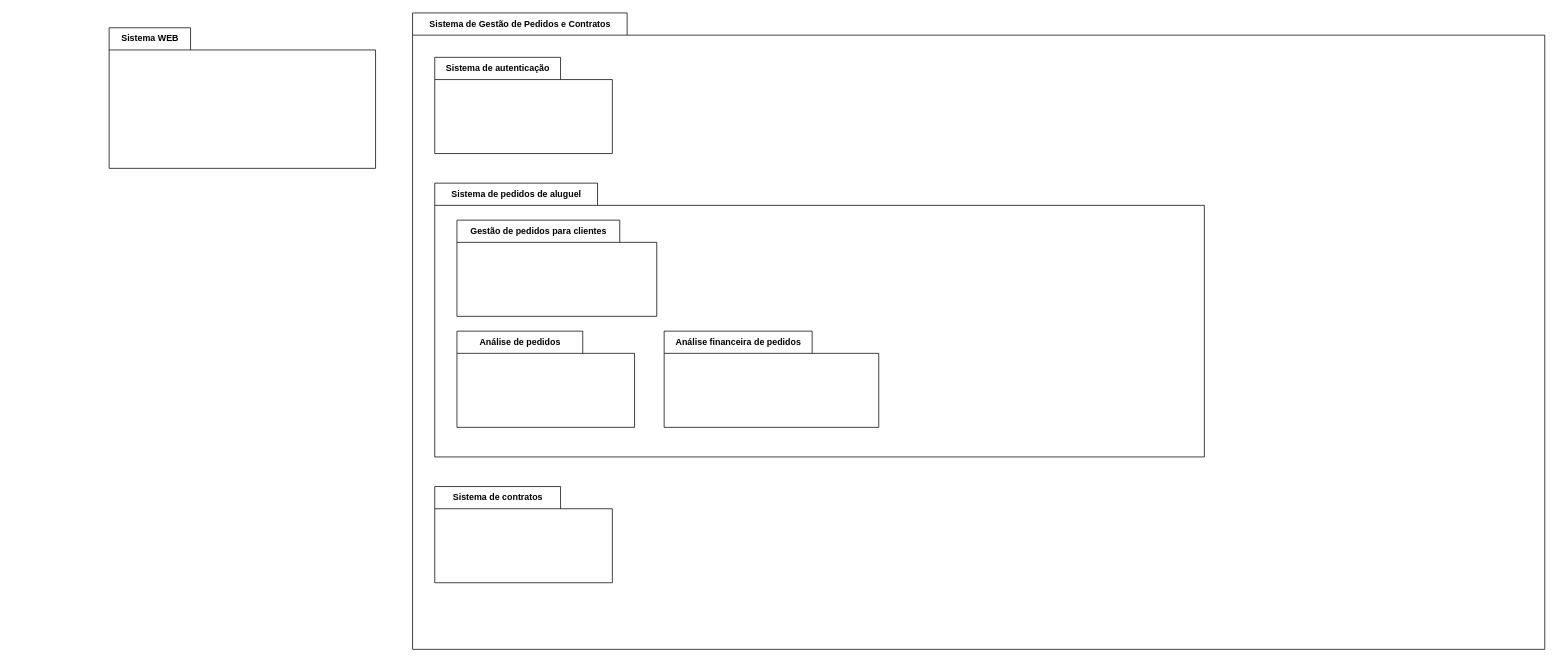
This is Projeto/DiagramaPacotes/DiagramaPacotes.drawio from BernardoAquino/lds-02, a draw.io file, before an edit. Source tidied: cells renumbered, new cells numbered last; positions are measured from the earlier drawing's top-left corner, leaving out a move shared by most shapes. Both pictures are drawn from the tidied source at 74%, with x=0, y=0 at pixel (109, 13).
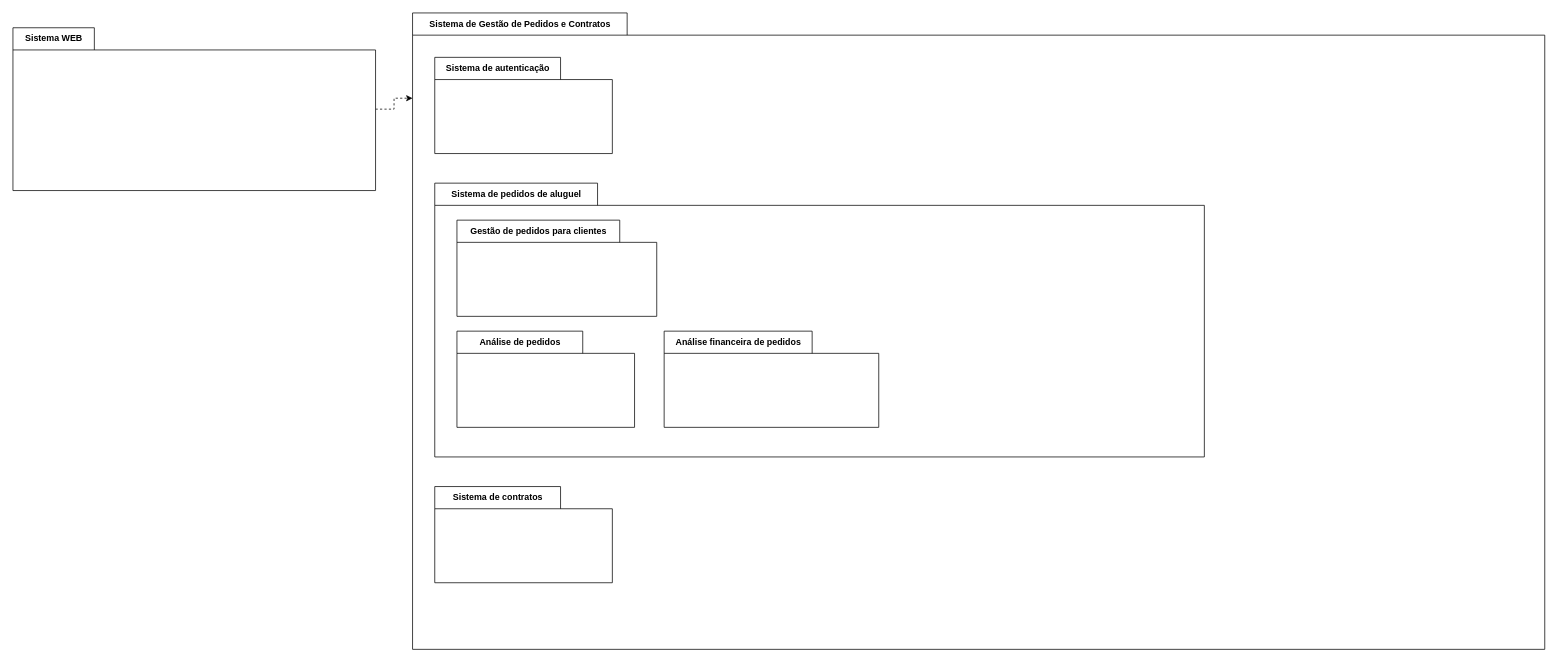
The same diagram, later.

Commit message (it also covers changes not shown here):
add: Diagramas restantes

Diff of the diagram source:
```diff
@@
 <mxGraphModel>
   <root>
     <mxCell id="0" />
     <mxCell id="1" parent="0" />
     <mxCell id="2" value="Sistema de Gestão de Pedidos e Contratos" style="shape=folder;fontStyle=1;tabWidth=290;tabHeight=30;tabPosition=left;html=1;boundedLbl=1;labelInHeader=1;" parent="1" vertex="1">
       <mxGeometry x="410" width="1530" height="860" as="geometry" />
     </mxCell>
     <mxCell id="3" value="Sistema de autenticação" style="shape=folder;fontStyle=1;tabWidth=170;tabHeight=30;tabPosition=left;html=1;boundedLbl=1;labelInHeader=1;" parent="2" vertex="1">
       <mxGeometry x="30" y="60" width="240" height="130" as="geometry" />
     </mxCell>
     <mxCell id="4" value="Sistema de pedidos de aluguel" style="shape=folder;fontStyle=1;tabWidth=220;tabHeight=30;tabPosition=left;html=1;boundedLbl=1;labelInHeader=1;" parent="2" vertex="1">
       <mxGeometry x="30" y="230" width="1040" height="370" as="geometry" />
     </mxCell>
     <mxCell id="5" value="Análise de pedidos" style="shape=folder;fontStyle=1;tabWidth=170;tabHeight=30;tabPosition=left;html=1;boundedLbl=1;labelInHeader=1;" parent="4" vertex="1">
       <mxGeometry x="30" y="200" width="240" height="130" as="geometry" />
     </mxCell>
     <mxCell id="6" value="Análise financeira de pedidos" style="shape=folder;fontStyle=1;tabWidth=200;tabHeight=30;tabPosition=left;html=1;boundedLbl=1;labelInHeader=1;" parent="4" vertex="1">
       <mxGeometry x="310" y="200" width="290" height="130" as="geometry" />
     </mxCell>
     <mxCell id="7" value="Gestão de pedidos para clientes" style="shape=folder;fontStyle=1;tabWidth=220;tabHeight=30;tabPosition=left;html=1;boundedLbl=1;labelInHeader=1;" parent="4" vertex="1">
       <mxGeometry x="30" y="50" width="270" height="130" as="geometry" />
     </mxCell>
     <mxCell id="8" value="Sistema de contratos" style="shape=folder;fontStyle=1;tabWidth=170;tabHeight=30;tabPosition=left;html=1;boundedLbl=1;labelInHeader=1;" parent="2" vertex="1">
       <mxGeometry x="30" y="640" width="240" height="130" as="geometry" />
     </mxCell>
+    <mxCell id="10" style="edgeStyle=orthogonalEdgeStyle;rounded=0;jettySize=auto;html=1;entryX=0;entryY=0.134;entryDx=0;entryDy=0;entryPerimeter=0;dashed=1;" parent="1" edge="1" source="9" target="2">
+      <mxGeometry relative="1" as="geometry" />
+    </mxCell>
     <mxCell id="9" value="Sistema WEB" style="shape=folder;fontStyle=1;tabWidth=110;tabHeight=30;tabPosition=left;html=1;boundedLbl=1;labelInHeader=1;" parent="1" vertex="1">
-      <mxGeometry y="20" width="360" height="190" as="geometry" />
+      <mxGeometry x="-130" y="20" width="490" height="220" as="geometry" />
     </mxCell>
   </root>
 </mxGraphModel>
```
